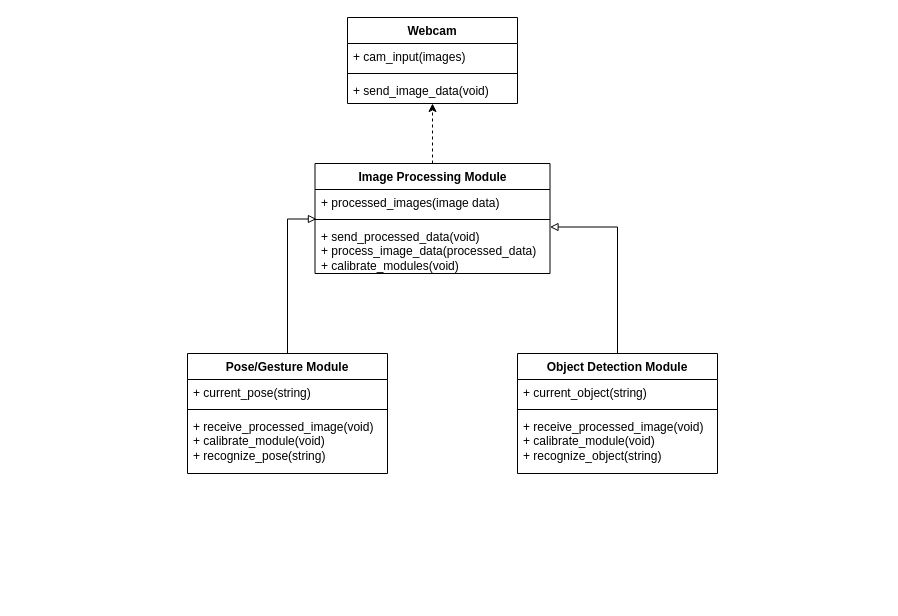
Above: class_diagram.drawio in le-incroyable1-dev/arduino_ELC (draw.io), before the change. Source tidied: cells renumbered, new cells numbered last; positions are measured from the earlier drawing's top-left corner, leaving out a move shared by most shapes. Both pictures are drawn from the tidied source at 100%, with x=0, y=0 at pixel (187, 17).
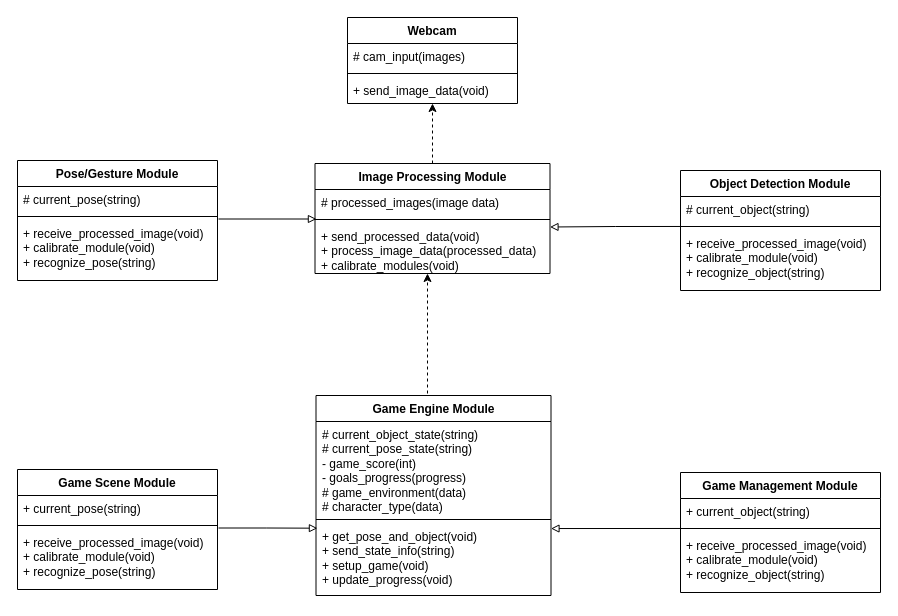
The same diagram, later.

The change refers to these unchanged cells:
```xml
<mxCell id="2" value="Webcam" style="swimlane;fontStyle=1;align=center;verticalAlign=top;horizontal=1;startSize=26;whiteSpace=wrap;html=1;" parent="1" vertex="1">
  <mxGeometry x="160" width="170" height="86" as="geometry" />
</mxCell>
<mxCell id="7" value="Image Processing Module" style="swimlane;fontStyle=1;align=center;verticalAlign=top;horizontal=1;startSize=26;whiteSpace=wrap;html=1;" parent="1" vertex="1">
  <mxGeometry x="127.5" y="146" width="235" height="110" as="geometry" />
</mxCell>
<mxCell id="10" value="+ send_processed_data(void)&lt;br&gt;+ process_image_data(processed_data)&lt;br&gt;+ calibrate_modules(void)" style="text;strokeColor=none;fillColor=none;align=left;verticalAlign=top;spacingLeft=4;spacingRight=4;overflow=hidden;points=[[0,0.5],[1,0.5]];portConstraint=eastwest;whiteSpace=wrap;html=1;" parent="7" vertex="1">
  <mxGeometry y="60" width="235" height="50" as="geometry" />
</mxCell>
<mxCell id="15" value="+ receive_processed_image(void)&lt;br&gt;+ calibrate_module(void)&lt;br&gt;+ recognize_pose(string)" style="text;strokeColor=none;fillColor=none;align=left;verticalAlign=top;spacingLeft=4;spacingRight=4;overflow=hidden;points=[[0,0.5],[1,0.5]];portConstraint=eastwest;whiteSpace=wrap;html=1;" parent="12" vertex="1">
  <mxGeometry y="60" width="200" height="60" as="geometry" />
</mxCell>
<mxCell id="20" value="+ receive_processed_image(void)&lt;br style=&quot;border-color: var(--border-color);&quot;&gt;+ calibrate_module(void)&lt;br style=&quot;border-color: var(--border-color);&quot;&gt;+ recognize_object(string)" style="text;strokeColor=none;fillColor=none;align=left;verticalAlign=top;spacingLeft=4;spacingRight=4;overflow=hidden;points=[[0,0.5],[1,0.5]];portConstraint=eastwest;whiteSpace=wrap;html=1;" parent="17" vertex="1">
  <mxGeometry y="60" width="200" height="60" as="geometry" />
</mxCell>
```

Diff of the diagram source:
```diff
@@
-    <mxCell id="3" value="+ cam_input(images)" style="text;strokeColor=none;fillColor=none;align=left;verticalAlign=top;spacingLeft=4;spacingRight=4;overflow=hidden;whiteSpace=wrap;html=1;" parent="2" vertex="1">
+    <mxCell id="3" value="# cam_input(images)" style="text;strokeColor=none;fillColor=none;align=left;verticalAlign=top;spacingLeft=4;spacingRight=4;overflow=hidden;whiteSpace=wrap;html=1;" parent="2" vertex="1">
       <mxGeometry y="26" width="170" height="26" as="geometry" />
     </mxCell>
@@
-    <mxCell id="8" value="+ processed_images(image data)" style="text;strokeColor=none;fillColor=none;align=left;verticalAlign=top;spacingLeft=4;spacingRight=4;overflow=hidden;points=[[0,0.5],[1,0.5]];portConstraint=eastwest;whiteSpace=wrap;html=1;" parent="7" vertex="1">
+    <mxCell id="8" value="# processed_images(image data)" style="text;strokeColor=none;fillColor=none;align=left;verticalAlign=top;spacingLeft=4;spacingRight=4;overflow=hidden;points=[[0,0.5],[1,0.5]];portConstraint=eastwest;whiteSpace=wrap;html=1;" parent="7" vertex="1">
       <mxGeometry y="26" width="235" height="26" as="geometry" />
     </mxCell>
@@
-    <mxCell id="11" style="edgeStyle=orthogonalEdgeStyle;rounded=0;jettySize=auto;html=1;exitX=0.5;exitY=0;exitDx=0;exitDy=0;endArrow=block;endFill=0;entryX=0.006;entryY=1.135;entryDx=0;entryDy=0;entryPerimeter=0;" parent="1" edge="1" source="12" target="8">
+    <mxCell id="11" style="edgeStyle=orthogonalEdgeStyle;rounded=0;jettySize=auto;html=1;exitX=1.005;exitY=-0.025;exitDx=0;exitDy=0;endArrow=block;endFill=0;entryX=0.006;entryY=1.135;entryDx=0;entryDy=0;entryPerimeter=0;exitPerimeter=0;" parent="1" edge="1" source="15" target="8">
       <mxGeometry relative="1" as="geometry" />
     </mxCell>
     <mxCell id="12" value="Pose/Gesture Module" style="swimlane;fontStyle=1;align=center;verticalAlign=top;horizontal=1;startSize=26;whiteSpace=wrap;html=1;" parent="1" vertex="1">
-      <mxGeometry y="336" width="200" height="120" as="geometry" />
+      <mxGeometry x="-170" y="143" width="200" height="120" as="geometry" />
     </mxCell>
-    <mxCell id="13" value="+ current_pose(string)" style="text;strokeColor=none;fillColor=none;align=left;verticalAlign=top;spacingLeft=4;spacingRight=4;overflow=hidden;whiteSpace=wrap;html=1;" parent="12" vertex="1">
+    <mxCell id="13" value="# current_pose(string)" style="text;strokeColor=none;fillColor=none;align=left;verticalAlign=top;spacingLeft=4;spacingRight=4;overflow=hidden;whiteSpace=wrap;html=1;" parent="12" vertex="1">
       <mxGeometry y="26" width="200" height="26" as="geometry" />
     </mxCell>
@@
-    <mxCell id="16" style="edgeStyle=orthogonalEdgeStyle;rounded=0;jettySize=auto;html=1;exitX=0.5;exitY=0;exitDx=0;exitDy=0;endArrow=block;endFill=0;entryX=1;entryY=0.07;entryDx=0;entryDy=0;entryPerimeter=0;" parent="1" edge="1" source="17" target="10">
+    <mxCell id="16" style="edgeStyle=orthogonalEdgeStyle;rounded=0;jettySize=auto;html=1;exitX=-0.002;exitY=-0.067;exitDx=0;exitDy=0;endArrow=block;endFill=0;entryX=1;entryY=0.07;entryDx=0;entryDy=0;entryPerimeter=0;exitPerimeter=0;" parent="1" edge="1" source="20" target="10">
       <mxGeometry relative="1" as="geometry" />
     </mxCell>
     <mxCell id="17" value="Object Detection Module" style="swimlane;fontStyle=1;align=center;verticalAlign=top;horizontal=1;startSize=26;whiteSpace=wrap;html=1;" parent="1" vertex="1">
-      <mxGeometry x="330" y="336" width="200" height="120" as="geometry" />
+      <mxGeometry x="493" y="153" width="200" height="120" as="geometry" />
     </mxCell>
-    <mxCell id="18" value="+ current_object(string)" style="text;strokeColor=none;fillColor=none;align=left;verticalAlign=top;spacingLeft=4;spacingRight=4;overflow=hidden;whiteSpace=wrap;html=1;" parent="17" vertex="1">
+    <mxCell id="18" value="# current_object(string)" style="text;strokeColor=none;fillColor=none;align=left;verticalAlign=top;spacingLeft=4;spacingRight=4;overflow=hidden;whiteSpace=wrap;html=1;" parent="17" vertex="1">
       <mxGeometry y="26" width="200" height="26" as="geometry" />
     </mxCell>
@@
+    <mxCell id="21" value="Game Engine Module" style="swimlane;fontStyle=1;align=center;verticalAlign=top;horizontal=1;startSize=26;whiteSpace=wrap;html=1;" parent="1" vertex="1">
+      <mxGeometry x="128.5" y="378" width="235" height="200" as="geometry" />
+    </mxCell>
+    <mxCell id="22" value="# current_object_state(string)&lt;br&gt;# current_pose_state(string)&lt;br&gt;- game_score(int)&lt;br&gt;- goals_progress(progress)&lt;br&gt;# game_environment(data)&lt;br&gt;# character_type(data)" style="text;strokeColor=none;fillColor=none;align=left;verticalAlign=top;spacingLeft=4;spacingRight=4;overflow=hidden;points=[[0,0.5],[1,0.5]];portConstraint=eastwest;whiteSpace=wrap;html=1;" parent="21" vertex="1">
+      <mxGeometry y="26" width="235" height="94" as="geometry" />
+    </mxCell>
+    <mxCell id="23" style="line;strokeWidth=1;fillColor=none;align=left;verticalAlign=middle;spacingTop=-1;spacingLeft=3;spacingRight=3;labelPosition=right;strokeColor=inherit;" parent="21" vertex="1">
+      <mxGeometry y="120" width="235" height="8" as="geometry" />
+    </mxCell>
+    <mxCell id="24" value="+ get_pose_and_object(void)&lt;br style=&quot;border-color: var(--border-color);&quot;&gt;+ send_state_info(string)&lt;br&gt;+ setup_game(void)&lt;br&gt;+ update_progress(void)" style="text;strokeColor=none;fillColor=none;align=left;verticalAlign=top;spacingLeft=4;spacingRight=4;overflow=hidden;points=[[0,0.5],[1,0.5]];portConstraint=eastwest;whiteSpace=wrap;html=1;" parent="21" vertex="1">
+      <mxGeometry y="128" width="235" height="72" as="geometry" />
+    </mxCell>
+    <mxCell id="25" style="edgeStyle=orthogonalEdgeStyle;rounded=0;jettySize=auto;html=1;exitX=1.005;exitY=-0.025;exitDx=0;exitDy=0;endArrow=block;endFill=0;entryX=0.006;entryY=1.135;entryDx=0;entryDy=0;entryPerimeter=0;exitPerimeter=0;" parent="1" edge="1" source="29" target="22">
+      <mxGeometry relative="1" as="geometry" />
+    </mxCell>
+    <mxCell id="26" value="Game Scene Module" style="swimlane;fontStyle=1;align=center;verticalAlign=top;horizontal=1;startSize=26;whiteSpace=wrap;html=1;" parent="1" vertex="1">
+      <mxGeometry x="-170" y="452" width="200" height="120" as="geometry" />
+    </mxCell>
+    <mxCell id="27" value="+ current_pose(string)" style="text;strokeColor=none;fillColor=none;align=left;verticalAlign=top;spacingLeft=4;spacingRight=4;overflow=hidden;whiteSpace=wrap;html=1;" parent="26" vertex="1">
+      <mxGeometry y="26" width="200" height="26" as="geometry" />
+    </mxCell>
+    <mxCell id="28" style="line;strokeWidth=1;fillColor=none;align=left;verticalAlign=middle;spacingTop=-1;spacingLeft=3;spacingRight=3;labelPosition=right;strokeColor=inherit;" parent="26" vertex="1">
+      <mxGeometry y="52" width="200" height="8" as="geometry" />
+    </mxCell>
+    <mxCell id="29" value="+ receive_processed_image(void)&lt;br&gt;+ calibrate_module(void)&lt;br&gt;+ recognize_pose(string)" style="text;strokeColor=none;fillColor=none;align=left;verticalAlign=top;spacingLeft=4;spacingRight=4;overflow=hidden;points=[[0,0.5],[1,0.5]];portConstraint=eastwest;whiteSpace=wrap;html=1;" parent="26" vertex="1">
+      <mxGeometry y="60" width="200" height="60" as="geometry" />
+    </mxCell>
+    <mxCell id="30" style="edgeStyle=orthogonalEdgeStyle;rounded=0;jettySize=auto;html=1;exitX=-0.002;exitY=-0.067;exitDx=0;exitDy=0;endArrow=block;endFill=0;entryX=1;entryY=0.07;entryDx=0;entryDy=0;entryPerimeter=0;exitPerimeter=0;" parent="1" edge="1" source="34" target="24">
+      <mxGeometry relative="1" as="geometry" />
+    </mxCell>
+    <mxCell id="31" value="Game Management Module" style="swimlane;fontStyle=1;align=center;verticalAlign=top;horizontal=1;startSize=26;whiteSpace=wrap;html=1;" parent="1" vertex="1">
+      <mxGeometry x="493" y="455" width="200" height="120" as="geometry" />
+    </mxCell>
+    <mxCell id="32" value="+ current_object(string)" style="text;strokeColor=none;fillColor=none;align=left;verticalAlign=top;spacingLeft=4;spacingRight=4;overflow=hidden;whiteSpace=wrap;html=1;" parent="31" vertex="1">
+      <mxGeometry y="26" width="200" height="26" as="geometry" />
+    </mxCell>
+    <mxCell id="33" style="line;strokeWidth=1;fillColor=none;align=left;verticalAlign=middle;spacingTop=-1;spacingLeft=3;spacingRight=3;labelPosition=right;strokeColor=inherit;" parent="31" vertex="1">
+      <mxGeometry y="52" width="200" height="8" as="geometry" />
+    </mxCell>
+    <mxCell id="34" value="+ receive_processed_image(void)&lt;br style=&quot;border-color: var(--border-color);&quot;&gt;+ calibrate_module(void)&lt;br style=&quot;border-color: var(--border-color);&quot;&gt;+ recognize_object(string)" style="text;strokeColor=none;fillColor=none;align=left;verticalAlign=top;spacingLeft=4;spacingRight=4;overflow=hidden;points=[[0,0.5],[1,0.5]];portConstraint=eastwest;whiteSpace=wrap;html=1;" parent="31" vertex="1">
+      <mxGeometry y="60" width="200" height="60" as="geometry" />
+    </mxCell>
+    <mxCell id="35" style="edgeStyle=orthogonalEdgeStyle;rounded=0;orthogonalLoop=1;jettySize=auto;html=1;dashed=1;" parent="1" edge="1">
+      <mxGeometry relative="1" as="geometry">
+        <mxPoint x="240" y="376" as="sourcePoint" />
+        <mxPoint x="240" y="256" as="targetPoint" />
+      </mxGeometry>
+    </mxCell>
```
